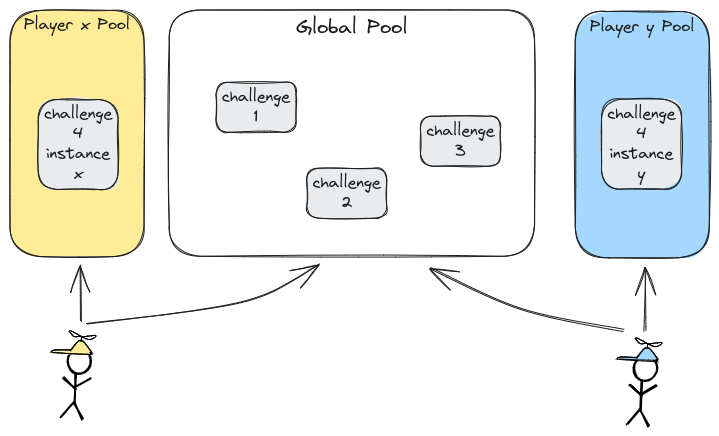
ctfer-io/ctfd-chall-manager keeps this Excalidraw diagram as webdocs/design/challenge/pool_concept.excalidraw.png. Above is the earlier version. Source tidied: one line per element, renumbered; positions are measured from the earlier drawing's top-left corner, leaving out a move shared by most shapes.
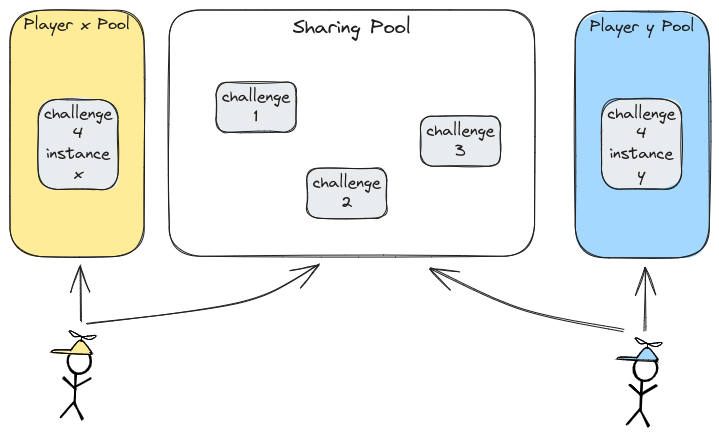
Above is the later version.

The edit, as a diff of the source:
```diff
@@ -15,7 +15,7 @@
 {"id": 14, "type": "line", "strokeColor": "#000000", "backgroundColor": "#ffec99", "fillStyle": "solid", "strokeWidth": 1, "roughness": 1, "round": true, "x": 60, "y": 341, "width": 36, "height": 13, "points": [[0, 0], [11, -10], [20, 0], [19, 2], [18, 3], [-15, 1], [-16, -1], [0, 0]]}
 {"id": 15, "type": "line", "strokeColor": "#000000", "strokeWidth": 1, "roughness": 0, "round": true, "x": 71, "y": 332, "width": 25, "height": 11, "points": [[0, 0], [0, -5], [-7, -5], [-11, -11], [7, -2], [14, -6], [1, -5]]}
 {"id": 16, "type": "rectangle", "strokeColor": "#1e1e1e", "strokeWidth": 1, "roughness": 1, "round": true, "x": 159, "y": 0, "width": 365, "height": 246}
-{"id": 17, "type": "text", "text": "Global Pool", "strokeColor": "#1e1e1e", "backgroundColor": "#fcc2d7", "fillStyle": "solid", "strokeWidth": 1, "roughness": 1, "fontSize": 20, "fontFamily": 1, "textAlign": "center", "inside": 16, "x": 286, "y": 5, "width": 112, "height": 25}
+{"id": 17, "type": "text", "text": "Sharing Pool", "strokeColor": "#1e1e1e", "backgroundColor": "#fcc2d7", "fillStyle": "solid", "strokeWidth": 1, "roughness": 1, "fontSize": 20, "fontFamily": 1, "textAlign": "center", "inside": 16, "x": 283, "y": 5, "width": 118, "height": 25}
 {"id": 18, "type": "rectangle", "strokeColor": "#1e1e1e", "backgroundColor": "#e9ecef", "fillStyle": "solid", "strokeWidth": 1, "roughness": 1, "round": true, "x": 206, "y": 72, "width": 80, "height": 50}
 {"id": 19, "type": "text", "text": "challenge\n1", "strokeColor": "#1e1e1e", "backgroundColor": "#a5d8ff", "fillStyle": "solid", "strokeWidth": 1, "roughness": 1, "fontSize": 16, "fontFamily": 1, "textAlign": "center", "verticalAlign": "middle", "inside": 18, "x": 211, "y": 77, "width": 69, "height": 40}
 {"id": 20, "type": "rectangle", "strokeColor": "#1e1e1e", "backgroundColor": "#e9ecef", "fillStyle": "solid", "strokeWidth": 1, "roughness": 1, "round": true, "x": 297, "y": 158, "width": 80, "height": 50}
```
